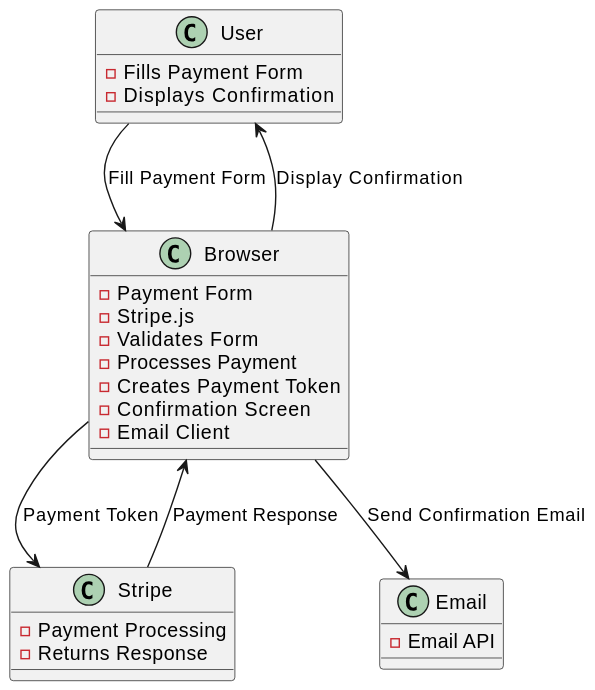
The PlantUML diagram docs/browser-data-flow.svg in PaulWheatcroft/payment, before a commit.
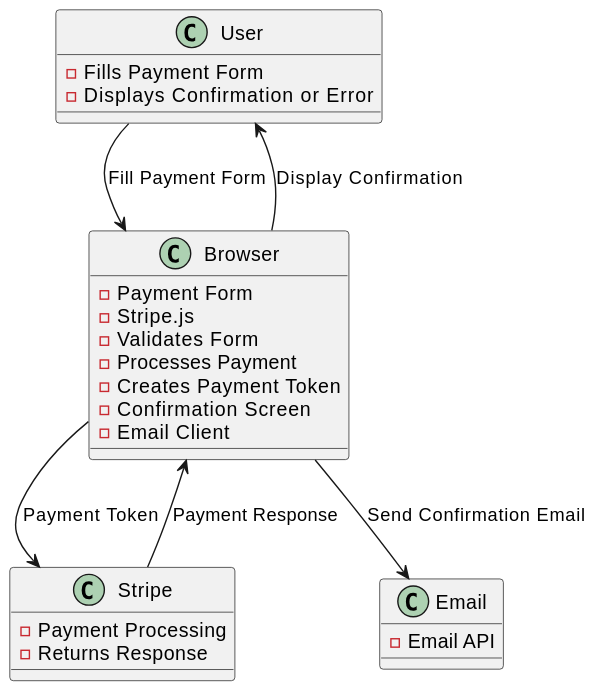
After the change.

Diff of the diagram source:
```diff
@@ -3,7 +3,7 @@
 
 RECTANGLE User {
   - Fills Payment Form
-  - Displays Confirmation
+  - Displays Confirmation or Error
 }
 
 RECTANGLE Browser {
```
